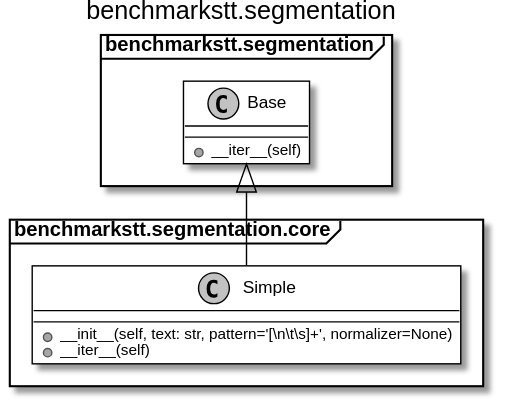
ebu/benchmarkstt keeps this PlantUML diagram as docs/_static/uml/benchmarkstt.segmentation.svg. Above is the earlier version.
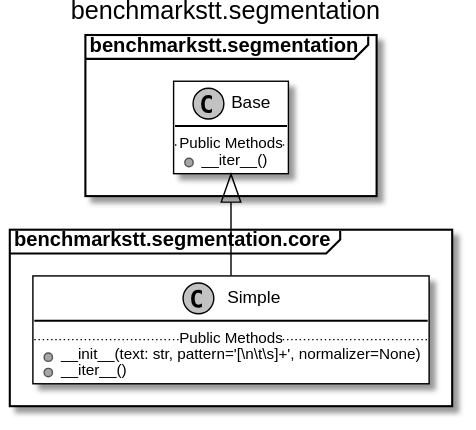
The same file after the commit.

Diff of the diagram source:
```diff
@@ -7,7 +7,8 @@
 package benchmarkstt.segmentation {
 
 	class benchmarkstt.segmentation.Base [[https://benchmarkstt.readthedocs.io/en/latest/modules/benchmarkstt.segmentation.html#benchmarkstt.segmentation.Base]] {
-		+__iter__(self)
+		.. Public Methods ..
+		+__iter__()
 	}
 
 
@@ -18,8 +19,9 @@
 
 
 	class benchmarkstt.segmentation.core.Simple [[https://benchmarkstt.readthedocs.io/en/latest/modules/benchmarkstt.segmentation.core.html#benchmarkstt.segmentation.core.Simple]] {
-		+__init__(self, text: str, pattern='[\\n\\t\\s]+', normalizer=None)
-		+__iter__(self)
+		.. Public Methods ..
+		+__init__(text: str, pattern='[\\n\\t\\s]+', normalizer=None)
+		+__iter__()
 	}
 
 }
```
